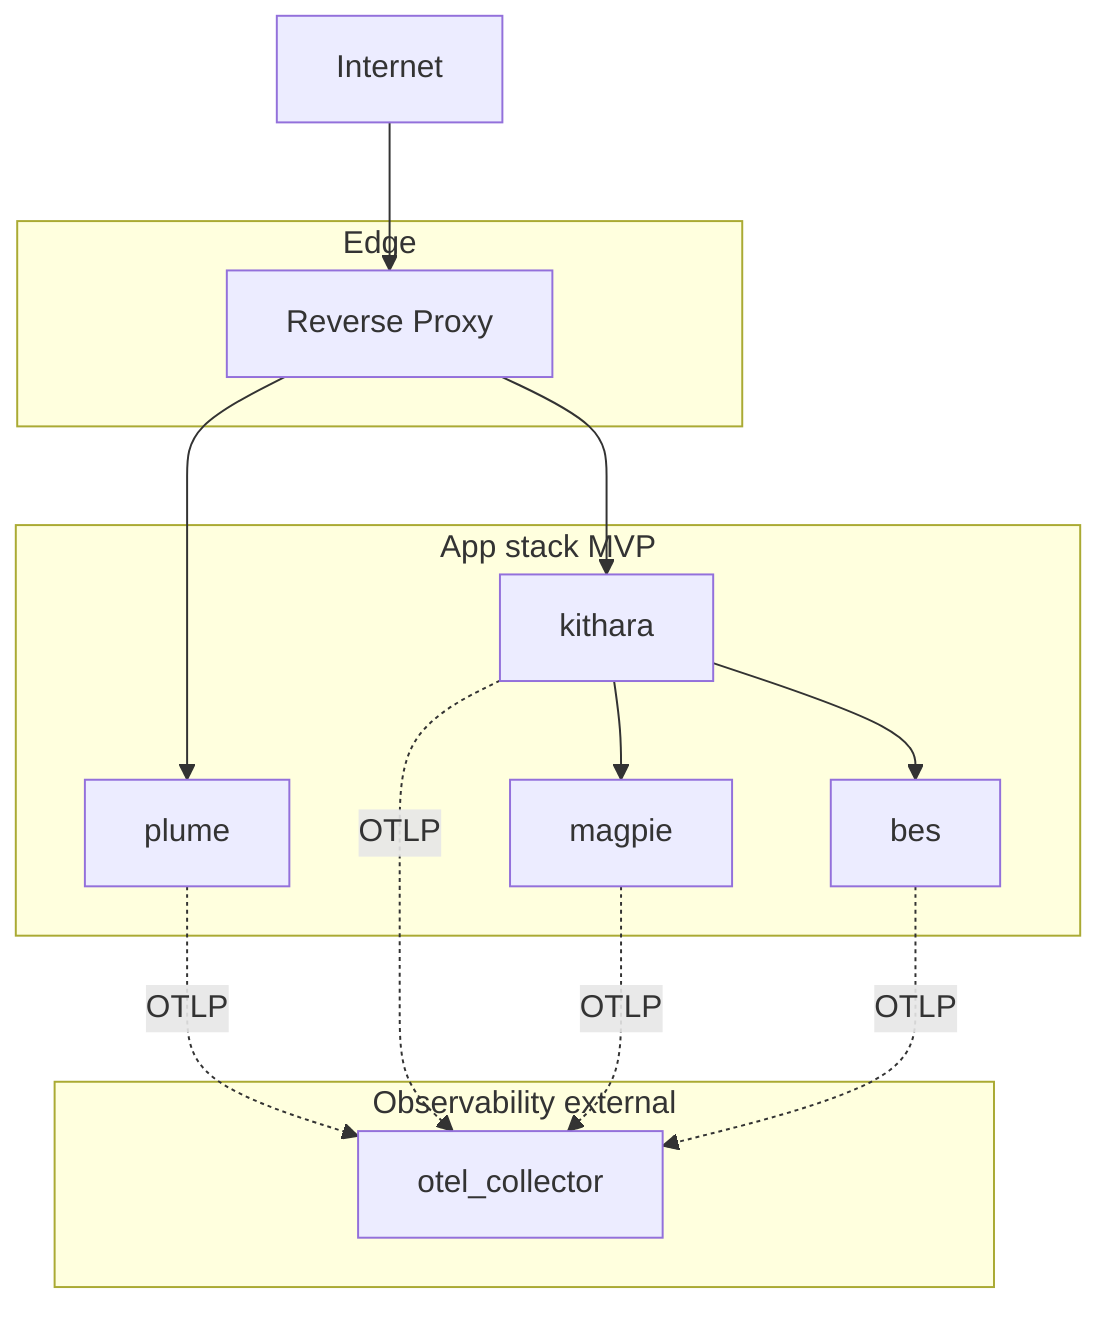
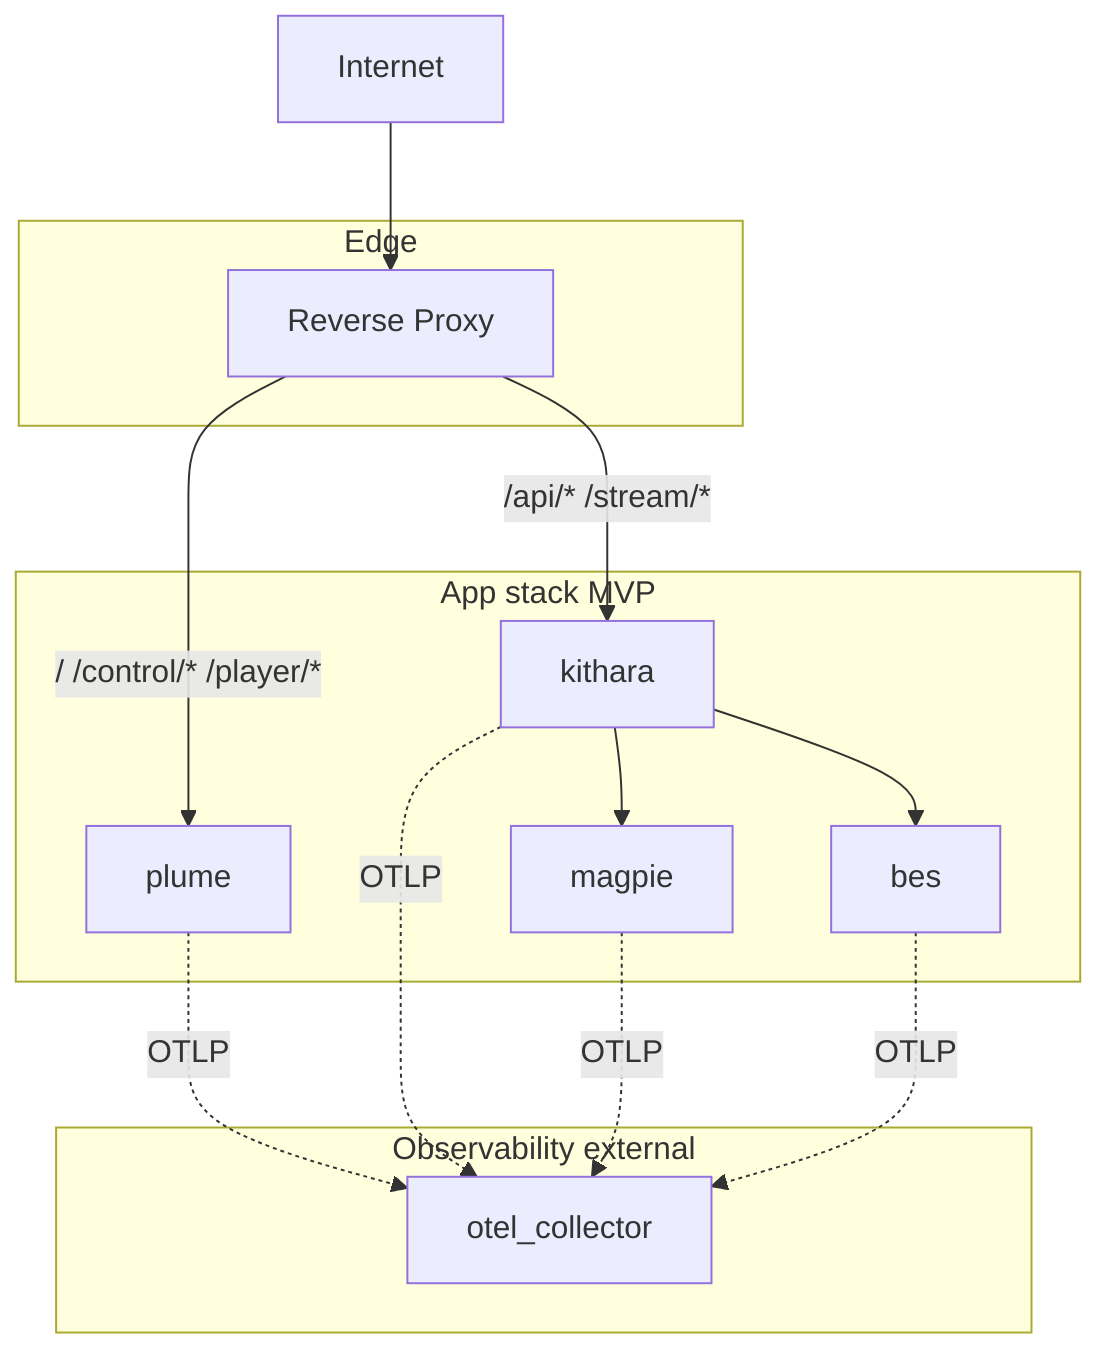
flowchart TB
  subgraph edge [Edge]
    P[Reverse Proxy]
  end
  subgraph apps [App stack MVP]
    Plume[plume]
    Kithara[kithara]
    Magpie[magpie]
    Bes[bes]
  end
  subgraph observe [Observability external]
    OTel[otel_collector]
  end
  Internet --> P
-   P --> Plume
-   P --> Kithara
+   P -->|"/ /control/* /player/*"| Plume
+   P -->|"/api/* /stream/*"| Kithara
  Kithara --> Magpie
  Kithara --> Bes
  Plume -.->|OTLP| OTel
  Kithara -.->|OTLP| OTel
  Magpie -.->|OTLP| OTel
  Bes -.->|OTLP| OTel
